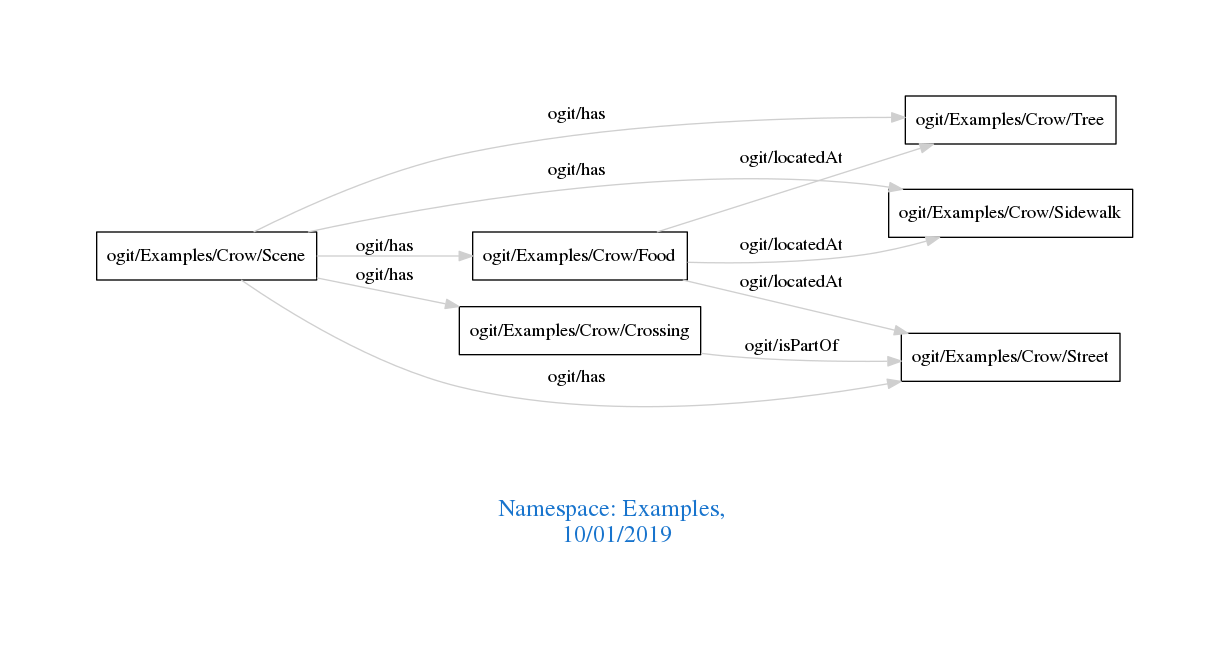
The Graphviz diagram downloads/Examples.png in arago/OGIT, before a commit. Its source is kept beside it as downloads/Examples.dot. Its diagram source:
```dot
digraph OGIT_ontology {
 graph [ rankdir= LR,pad=1
fontsize = 18,
fontcolor= dodgerblue3,label = "\n\n\nNamespace: Examples, \n 10/01/2019"];
node[shape=polygon];
edge [  color="gray81"];

   "ogit/Examples/Crow/Food" -> "ogit/Examples/Crow/Tree" [label="   ogit/locatedAt    "];
   "ogit/Examples/Crow/Food" -> "ogit/Examples/Crow/Street" [label="   ogit/locatedAt    "];
   "ogit/Examples/Crow/Food" -> "ogit/Examples/Crow/Sidewalk" [label="   ogit/locatedAt    "];
   "ogit/Examples/Crow/Scene" -> "ogit/Examples/Crow/Food" [label="   ogit/has    "];
   "ogit/Examples/Crow/Scene" -> "ogit/Examples/Crow/Tree" [label="   ogit/has    "];
   "ogit/Examples/Crow/Scene" -> "ogit/Examples/Crow/Street" [label="   ogit/has    "];
   "ogit/Examples/Crow/Scene" -> "ogit/Examples/Crow/Crossing" [label="   ogit/has    "];
   "ogit/Examples/Crow/Scene" -> "ogit/Examples/Crow/Sidewalk" [label="   ogit/has    "];
   "ogit/Examples/Crow/Crossing" -> "ogit/Examples/Crow/Street" [label="   ogit/isPartOf    "];
}
```
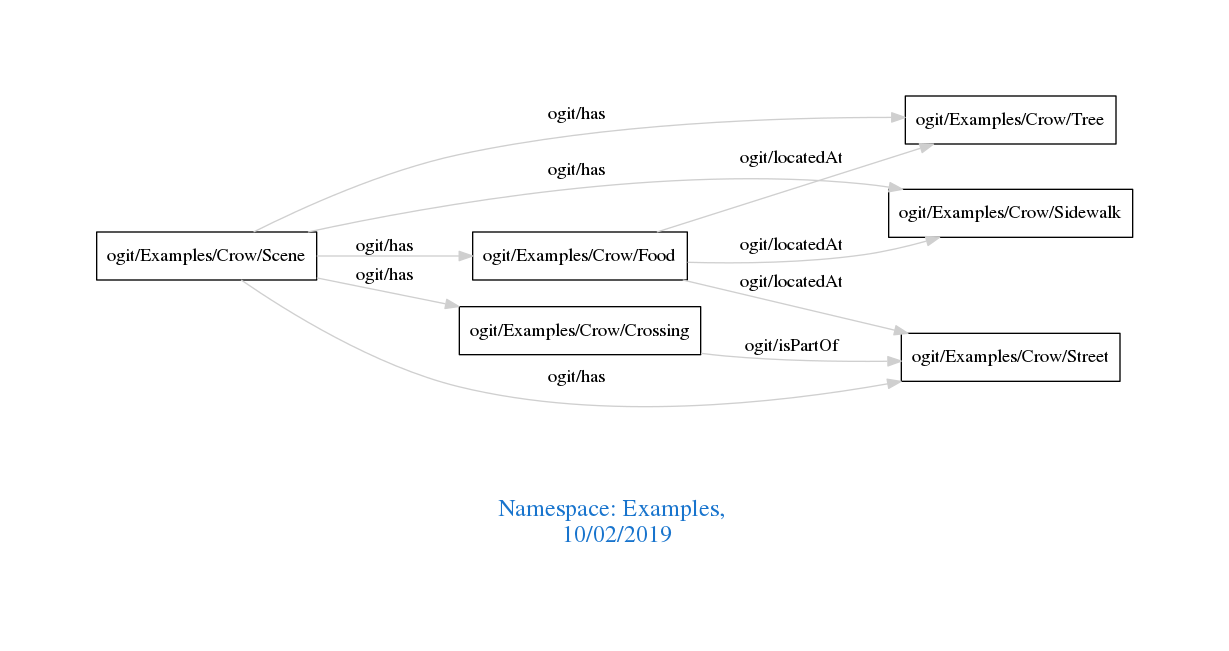
The same file after the commit.

The edit, as a diff of the source:
```diff
@@ -1,7 +1,7 @@
 digraph OGIT_ontology {
  graph [ rankdir= LR,pad=1
 fontsize = 18,
-fontcolor= dodgerblue3,label = "\n\n\nNamespace: Examples, \n 10/01/2019"];
+fontcolor= dodgerblue3,label = "\n\n\nNamespace: Examples, \n 10/02/2019"];
 node[shape=polygon];
 edge [  color="gray81"];
 
```
